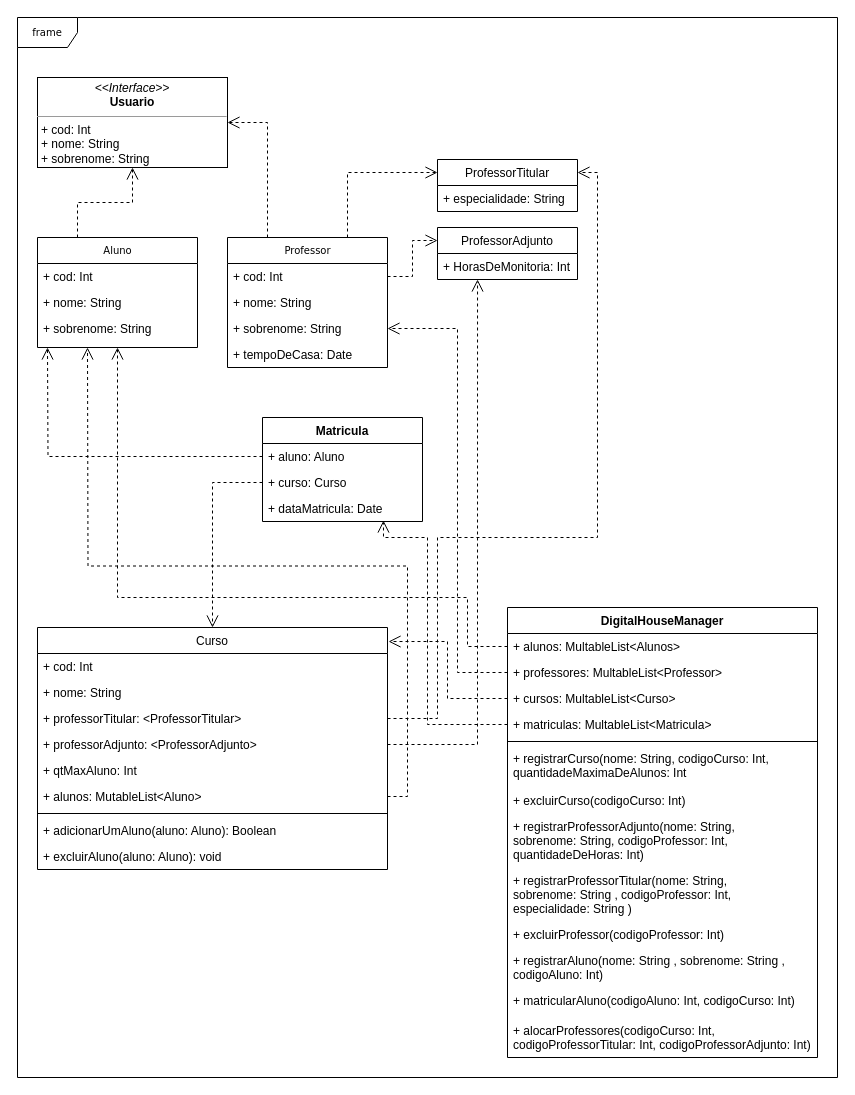
Before: AULA 13 - DESAFIO KOTLIN - EXERCÍCIO.drawio in leandrofreires/santander-desafio-kotlin, a draw.io diagram. Source tidied: cells renumbered, new cells numbered last; positions are measured from the earlier drawing's top-left corner, leaving out a move shared by most shapes. Both pictures are drawn from the tidied source at 100%, with x=0, y=0 at pixel (17, 17).
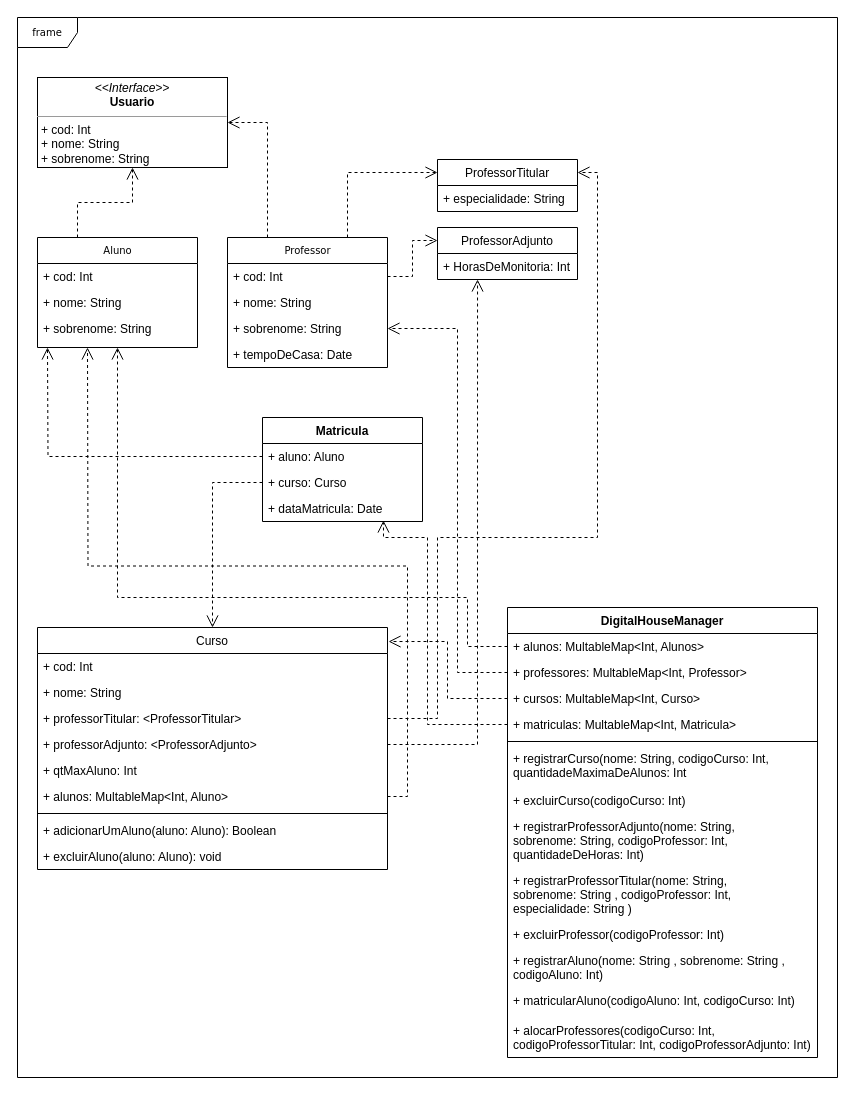
After the change.

The change refers to these unchanged cells:
```xml
<mxCell id="21" value="DigitalHouseManager" style="swimlane;fontStyle=1;align=center;verticalAlign=top;horizontal=1;startSize=26;" parent="1" vertex="1">
  <mxGeometry x="490" y="590" width="310" height="450" as="geometry" />
</mxCell>
<mxCell id="35" value="Curso" style="swimlane;fontStyle=0;horizontal=1;startSize=26;fillColor=none;" parent="1" vertex="1">
  <mxGeometry x="20" y="610" width="350" height="242" as="geometry" />
</mxCell>
```

Change to the diagram source:
```diff
@@
-    <mxCell id="22" value="+ alunos: MultableList&lt;Alunos&gt;" style="text;strokeColor=none;fillColor=none;align=left;verticalAlign=top;spacingLeft=4;spacingRight=4;overflow=hidden;points=[[0,0.5],[1,0.5]];portConstraint=eastwest;" parent="21" vertex="1">
+    <mxCell id="22" value="+ alunos: MultableMap&lt;Int, Alunos&gt;" style="text;strokeColor=none;fillColor=none;align=left;verticalAlign=top;spacingLeft=4;spacingRight=4;overflow=hidden;points=[[0,0.5],[1,0.5]];portConstraint=eastwest;" parent="21" vertex="1">
       <mxGeometry y="26" width="310" height="26" as="geometry" />
     </mxCell>
-    <mxCell id="23" value="+ professores: MultableList&lt;Professor&gt;" style="text;strokeColor=none;fillColor=none;align=left;verticalAlign=top;spacingLeft=4;spacingRight=4;overflow=hidden;points=[[0,0.5],[1,0.5]];portConstraint=eastwest;" parent="21" vertex="1">
+    <mxCell id="23" value="+ professores: MultableMap&lt;Int, Professor&gt;" style="text;strokeColor=none;fillColor=none;align=left;verticalAlign=top;spacingLeft=4;spacingRight=4;overflow=hidden;points=[[0,0.5],[1,0.5]];portConstraint=eastwest;" parent="21" vertex="1">
       <mxGeometry y="52" width="310" height="26" as="geometry" />
     </mxCell>
-    <mxCell id="24" value="+ cursos: MultableList&lt;Curso&gt;" style="text;strokeColor=none;fillColor=none;align=left;verticalAlign=top;spacingLeft=4;spacingRight=4;overflow=hidden;points=[[0,0.5],[1,0.5]];portConstraint=eastwest;" parent="21" vertex="1">
+    <mxCell id="24" value="+ cursos: MultableMap&lt;Int, Curso&gt;" style="text;strokeColor=none;fillColor=none;align=left;verticalAlign=top;spacingLeft=4;spacingRight=4;overflow=hidden;points=[[0,0.5],[1,0.5]];portConstraint=eastwest;" parent="21" vertex="1">
       <mxGeometry y="78" width="310" height="26" as="geometry" />
     </mxCell>
-    <mxCell id="25" value="+ matriculas: MultableList&lt;Matricula&gt;" style="text;strokeColor=none;fillColor=none;align=left;verticalAlign=top;spacingLeft=4;spacingRight=4;overflow=hidden;points=[[0,0.5],[1,0.5]];portConstraint=eastwest;" parent="21" vertex="1">
+    <mxCell id="25" value="+ matriculas: MultableMap&lt;Int, Matricula&gt;" style="text;strokeColor=none;fillColor=none;align=left;verticalAlign=top;spacingLeft=4;spacingRight=4;overflow=hidden;points=[[0,0.5],[1,0.5]];portConstraint=eastwest;" parent="21" vertex="1">
       <mxGeometry y="104" width="310" height="26" as="geometry" />
     </mxCell>
@@
-    <mxCell id="41" value="+ alunos: MutableList&lt;Aluno&gt;" style="text;strokeColor=none;fillColor=none;align=left;verticalAlign=top;spacingLeft=4;spacingRight=4;overflow=hidden;points=[[0,0.5],[1,0.5]];portConstraint=eastwest;" parent="35" vertex="1">
+    <mxCell id="41" value="+ alunos: MultableMap&lt;Int, Aluno&gt;" style="text;strokeColor=none;fillColor=none;align=left;verticalAlign=top;spacingLeft=4;spacingRight=4;overflow=hidden;points=[[0,0.5],[1,0.5]];portConstraint=eastwest;" parent="35" vertex="1">
       <mxGeometry y="156" width="350" height="26" as="geometry" />
     </mxCell>
```
